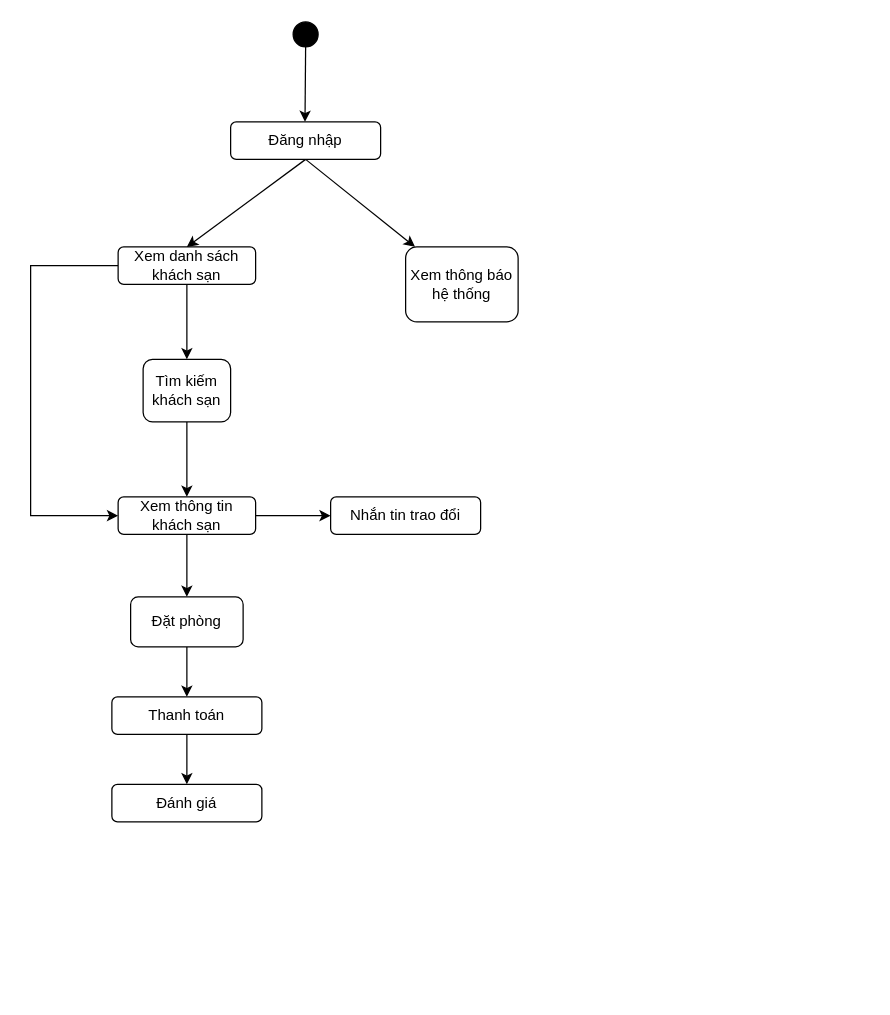
Before: Untitled Diagram.drawio in tenmo2003/OOAD, a draw.io diagram. Source tidied: cells renumbered, new cells numbered last; positions are measured from the earlier drawing's top-left corner, leaving out a move shared by most shapes. Both pictures are drawn from the tidied source at 125%, with x=0, y=0 at pixel (30, 21).
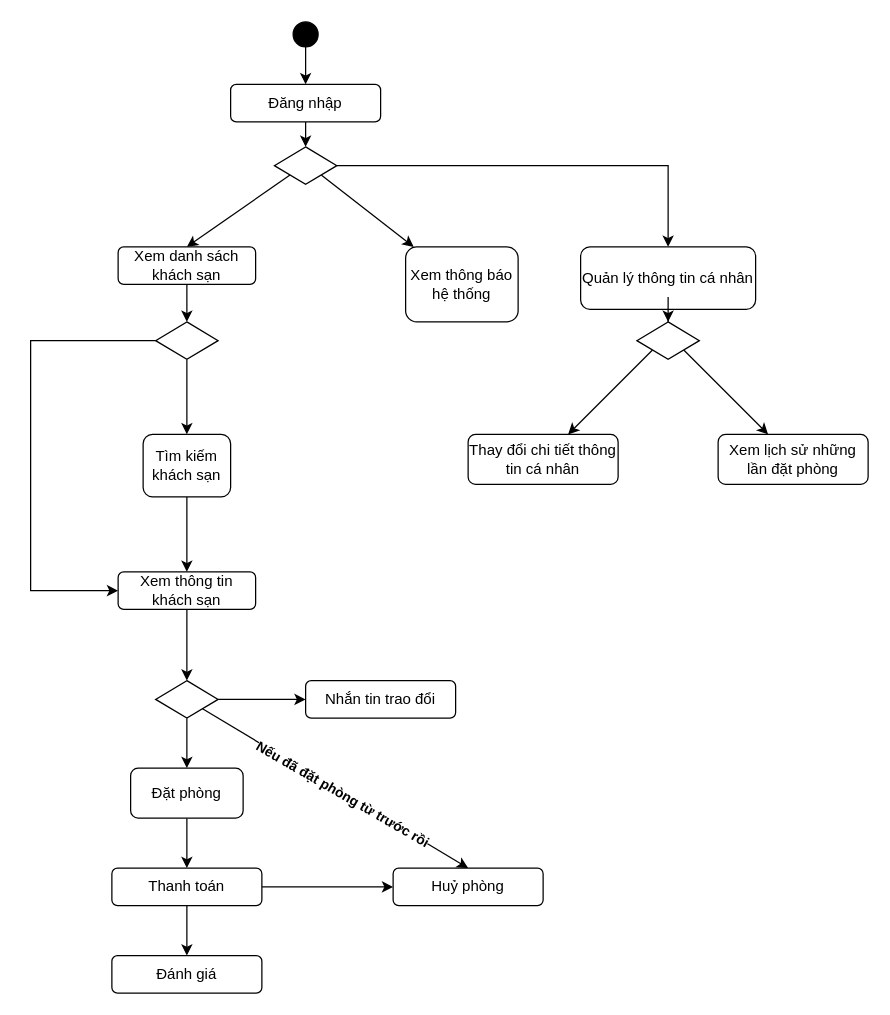
Above is the later version.

Unchanged cells that the change refers to:
```xml
<mxCell id="3" style="ellipse;whiteSpace=wrap;html=1;fillColor=#000000;" parent="1" vertex="1">
  <mxGeometry x="210" width="20" height="20" as="geometry" />
</mxCell>
<mxCell id="9" value="Xem danh sách khách sạn" style="rounded=1;whiteSpace=wrap;html=1;" parent="1" vertex="1">
  <mxGeometry x="70" y="180" width="110" height="30" as="geometry" />
</mxCell>
<mxCell id="15" value="Xem thông báo hệ thống" style="rounded=1;whiteSpace=wrap;html=1;" parent="1" vertex="1">
  <mxGeometry x="300" y="180" width="90" height="60" as="geometry" />
</mxCell>
```

What changed in the source:
```diff
@@
-    <mxCell id="2" style="edgeStyle=orthogonalEdgeStyle;rounded=0;jettySize=auto;html=1;exitX=0.5;exitY=1;exitDx=0;exitDy=0;" parent="1" edge="1" source="3">
+    <mxCell id="2" style="edgeStyle=orthogonalEdgeStyle;rounded=0;jettySize=auto;html=1;exitX=0.5;exitY=1;exitDx=0;exitDy=0;" parent="1" edge="1" source="6">
       <mxGeometry relative="1" as="geometry">
         <mxPoint x="219.5" y="80" as="targetPoint" />
       </mxGeometry>
     </mxCell>
@@
-    <mxCell id="4" style="rounded=0;jettySize=auto;html=1;exitX=0.5;exitY=1;exitDx=0;exitDy=0;entryX=0.5;entryY=0;entryDx=0;entryDy=0;" parent="1" edge="1" source="6" target="9">
+    <mxCell id="4" style="rounded=0;jettySize=auto;html=1;exitX=0;exitY=1;exitDx=0;exitDy=0;entryX=0.5;entryY=0;entryDx=0;entryDy=0;" parent="1" edge="1" source="32" target="9">
       <mxGeometry relative="1" as="geometry" />
     </mxCell>
-    <mxCell id="5" style="rounded=0;jettySize=auto;html=1;exitX=0.5;exitY=1;exitDx=0;exitDy=0;" parent="1" edge="1" source="6" target="15">
+    <mxCell id="5" style="rounded=0;jettySize=auto;html=1;exitX=1;exitY=1;exitDx=0;exitDy=0;" parent="1" edge="1" source="32" target="15">
       <mxGeometry relative="1" as="geometry" />
     </mxCell>
-    <mxCell id="6" value="Đăng nhập" style="rounded=1;whiteSpace=wrap;html=1;" parent="1" vertex="1">
-      <mxGeometry x="160" y="80" width="120" height="30" as="geometry" />
-    </mxCell>
+    <mxCell id="22" style="edgeStyle=orthogonalEdgeStyle;rounded=0;jettySize=auto;html=1;exitX=1;exitY=0.5;exitDx=0;exitDy=0;" parent="1" edge="1" source="32" target="29">
+      <mxGeometry relative="1" as="geometry" />
+    </mxCell>
-    <mxCell id="7" style="rounded=0;jettySize=auto;html=1;exitX=0.5;exitY=1;exitDx=0;exitDy=0;" parent="1" edge="1" source="9" target="14">
+    <mxCell id="7" style="rounded=0;jettySize=auto;html=1;exitX=0.5;exitY=1;exitDx=0;exitDy=0;" parent="1" edge="1" source="37" target="14">
       <mxGeometry relative="1" as="geometry" />
     </mxCell>
-    <mxCell id="8" style="edgeStyle=orthogonalEdgeStyle;rounded=0;jettySize=auto;html=1;exitX=0;exitY=0.5;exitDx=0;exitDy=0;entryX=0;entryY=0.5;entryDx=0;entryDy=0;" parent="1" edge="1" source="9" target="12">
-      <mxGeometry relative="1" as="geometry">
-        <Array as="points">
-          <mxPoint y="195" />
-          <mxPoint y="395" />
-        </Array>
-      </mxGeometry>
-    </mxCell>
@@
-    <mxCell id="10" style="edgeStyle=orthogonalEdgeStyle;rounded=0;jettySize=auto;html=1;exitX=0.5;exitY=1;exitDx=0;exitDy=0;" parent="1" edge="1" source="12" target="17">
+    <mxCell id="10" style="edgeStyle=orthogonalEdgeStyle;rounded=0;jettySize=auto;html=1;exitX=0.5;exitY=1;exitDx=0;exitDy=0;" parent="1" edge="1" source="39" target="17">
       <mxGeometry relative="1" as="geometry" />
     </mxCell>
-    <mxCell id="11" style="edgeStyle=orthogonalEdgeStyle;rounded=0;jettySize=auto;html=1;exitX=1;exitY=0.5;exitDx=0;exitDy=0;" parent="1" edge="1" source="12" target="21">
+    <mxCell id="11" style="edgeStyle=orthogonalEdgeStyle;rounded=0;jettySize=auto;html=1;exitX=1;exitY=0.5;exitDx=0;exitDy=0;" parent="1" edge="1" source="39" target="21">
       <mxGeometry relative="1" as="geometry" />
     </mxCell>
+    <mxCell id="23" style="rounded=0;jettySize=auto;html=1;exitX=1;exitY=1;exitDx=0;exitDy=0;entryX=0.5;entryY=0;entryDx=0;entryDy=0;" parent="1" edge="1" source="39" target="26">
+      <mxGeometry relative="1" as="geometry" />
+    </mxCell>
+    <mxCell id="24" value="Nếu đã đặt phòng từ trước rồi" style="edgeLabel;html=1;align=center;verticalAlign=middle;rotation=30;fontStyle=1;" parent="23" vertex="1">
+      <mxGeometry x="-0.13" y="13" relative="1" as="geometry">
+        <mxPoint x="13" y="23" as="offset" />
+      </mxGeometry>
+    </mxCell>
     <mxCell id="12" value="Xem thông tin khách sạn" style="rounded=1;whiteSpace=wrap;html=1;" parent="1" vertex="1">
-      <mxGeometry x="70" y="380" width="110" height="30" as="geometry" />
+      <mxGeometry x="70" y="440" width="110" height="30" as="geometry" />
     </mxCell>
@@
     <mxCell id="14" value="Tìm kiếm khách sạn" style="rounded=1;whiteSpace=wrap;html=1;" parent="1" vertex="1">
-      <mxGeometry x="90" y="270" width="70" height="50" as="geometry" />
+      <mxGeometry x="90" y="330" width="70" height="50" as="geometry" />
     </mxCell>
@@
     <mxCell id="17" value="Đặt phòng" style="rounded=1;whiteSpace=wrap;html=1;" parent="1" vertex="1">
-      <mxGeometry x="80" y="460" width="90" height="40" as="geometry" />
+      <mxGeometry x="80" y="597" width="90" height="40" as="geometry" />
     </mxCell>
@@
+    <mxCell id="25" style="edgeStyle=orthogonalEdgeStyle;rounded=0;jettySize=auto;html=1;exitX=1;exitY=0.5;exitDx=0;exitDy=0;" parent="1" edge="1" source="19" target="26">
+      <mxGeometry relative="1" as="geometry" />
+    </mxCell>
     <mxCell id="19" value="Thanh toán" style="rounded=1;whiteSpace=wrap;html=1;" parent="1" vertex="1">
-      <mxGeometry x="65" y="540" width="120" height="30" as="geometry" />
+      <mxGeometry x="65" y="677" width="120" height="30" as="geometry" />
     </mxCell>
     <mxCell id="20" value="Đánh giá" style="rounded=1;whiteSpace=wrap;html=1;" parent="1" vertex="1">
-      <mxGeometry x="65" y="610" width="120" height="30" as="geometry" />
+      <mxGeometry x="65" y="747" width="120" height="30" as="geometry" />
     </mxCell>
     <mxCell id="21" value="Nhắn tin trao đổi" style="rounded=1;whiteSpace=wrap;html=1;" parent="1" vertex="1">
-      <mxGeometry x="240" y="380" width="120" height="30" as="geometry" />
+      <mxGeometry x="220" y="527" width="120" height="30" as="geometry" />
     </mxCell>
+    <mxCell id="26" value="Huỷ phòng" style="rounded=1;whiteSpace=wrap;html=1;" parent="1" vertex="1">
+      <mxGeometry x="290" y="677" width="120" height="30" as="geometry" />
+    </mxCell>
+    <mxCell id="27" style="rounded=0;jettySize=auto;html=1;exitX=0;exitY=1;exitDx=0;exitDy=0;" parent="1" edge="1" source="41" target="30">
+      <mxGeometry relative="1" as="geometry" />
+    </mxCell>
+    <mxCell id="28" style="rounded=0;jettySize=auto;html=1;exitX=1;exitY=1;exitDx=0;exitDy=0;" parent="1" edge="1" source="41" target="31">
+      <mxGeometry relative="1" as="geometry" />
+    </mxCell>
+    <mxCell id="29" value="Quản lý thông tin cá nhân" style="rounded=1;whiteSpace=wrap;html=1;" parent="1" vertex="1">
+      <mxGeometry x="440" y="180" width="140" height="50" as="geometry" />
+    </mxCell>
+    <mxCell id="30" value="Thay đổi chi tiết thông tin cá nhân" style="rounded=1;whiteSpace=wrap;html=1;" parent="1" vertex="1">
+      <mxGeometry x="350" y="330" width="120" height="40" as="geometry" />
+    </mxCell>
+    <mxCell id="31" value="Xem lịch sử những lần đặt phòng" style="rounded=1;whiteSpace=wrap;html=1;" parent="1" vertex="1">
+      <mxGeometry x="550" y="330" width="120" height="40" as="geometry" />
+    </mxCell>
+    <mxCell id="32" style="rhombus;whiteSpace=wrap;html=1;" parent="1" vertex="1">
+      <mxGeometry x="195" y="100" width="50" height="30" as="geometry" />
+    </mxCell>
+    <mxCell id="33" style="edgeStyle=orthogonalEdgeStyle;rounded=0;jettySize=auto;html=1;exitX=0.5;exitY=1;exitDx=0;exitDy=0;" parent="1" edge="1" source="3" target="6">
+      <mxGeometry relative="1" as="geometry" />
+    </mxCell>
+    <mxCell id="34" style="edgeStyle=orthogonalEdgeStyle;rounded=0;jettySize=auto;html=1;exitX=0.5;exitY=1;exitDx=0;exitDy=0;entryX=0.5;entryY=0;entryDx=0;entryDy=0;" parent="1" edge="1" source="6" target="32">
+      <mxGeometry relative="1" as="geometry" />
+    </mxCell>
+    <mxCell id="6" value="Đăng nhập" style="rounded=1;whiteSpace=wrap;html=1;" parent="1" vertex="1">
+      <mxGeometry x="160" y="50" width="120" height="30" as="geometry" />
+    </mxCell>
+    <mxCell id="35" style="rounded=0;jettySize=auto;html=1;exitX=0.5;exitY=1;exitDx=0;exitDy=0;" parent="1" edge="1" source="9" target="37">
+      <mxGeometry relative="1" as="geometry" />
+    </mxCell>
+    <mxCell id="36" style="edgeStyle=orthogonalEdgeStyle;rounded=0;jettySize=auto;html=1;exitX=0;exitY=0.5;exitDx=0;exitDy=0;entryX=0;entryY=0.5;entryDx=0;entryDy=0;" parent="1" edge="1" source="37" target="12">
+      <mxGeometry relative="1" as="geometry">
+        <Array as="points">
+          <mxPoint y="255" />
+          <mxPoint y="455" />
+        </Array>
+      </mxGeometry>
+    </mxCell>
+    <mxCell id="37" style="rhombus;whiteSpace=wrap;html=1;" parent="1" vertex="1">
+      <mxGeometry x="100" y="240" width="50" height="30" as="geometry" />
+    </mxCell>
+    <mxCell id="38" style="edgeStyle=orthogonalEdgeStyle;rounded=0;jettySize=auto;html=1;exitX=0.5;exitY=1;exitDx=0;exitDy=0;" parent="1" edge="1" source="12" target="39">
+      <mxGeometry relative="1" as="geometry" />
+    </mxCell>
+    <mxCell id="39" style="rhombus;whiteSpace=wrap;html=1;" parent="1" vertex="1">
+      <mxGeometry x="100" y="527" width="50" height="30" as="geometry" />
+    </mxCell>
+    <mxCell id="40" style="edgeStyle=orthogonalEdgeStyle;rounded=0;jettySize=auto;html=1;exitX=0.5;exitY=1;exitDx=0;exitDy=0;" parent="1" edge="1" source="29" target="41">
+      <mxGeometry relative="1" as="geometry" />
+    </mxCell>
+    <mxCell id="41" style="rhombus;whiteSpace=wrap;html=1;" parent="1" vertex="1">
+      <mxGeometry x="485" y="240" width="50" height="30" as="geometry" />
+    </mxCell>
```
